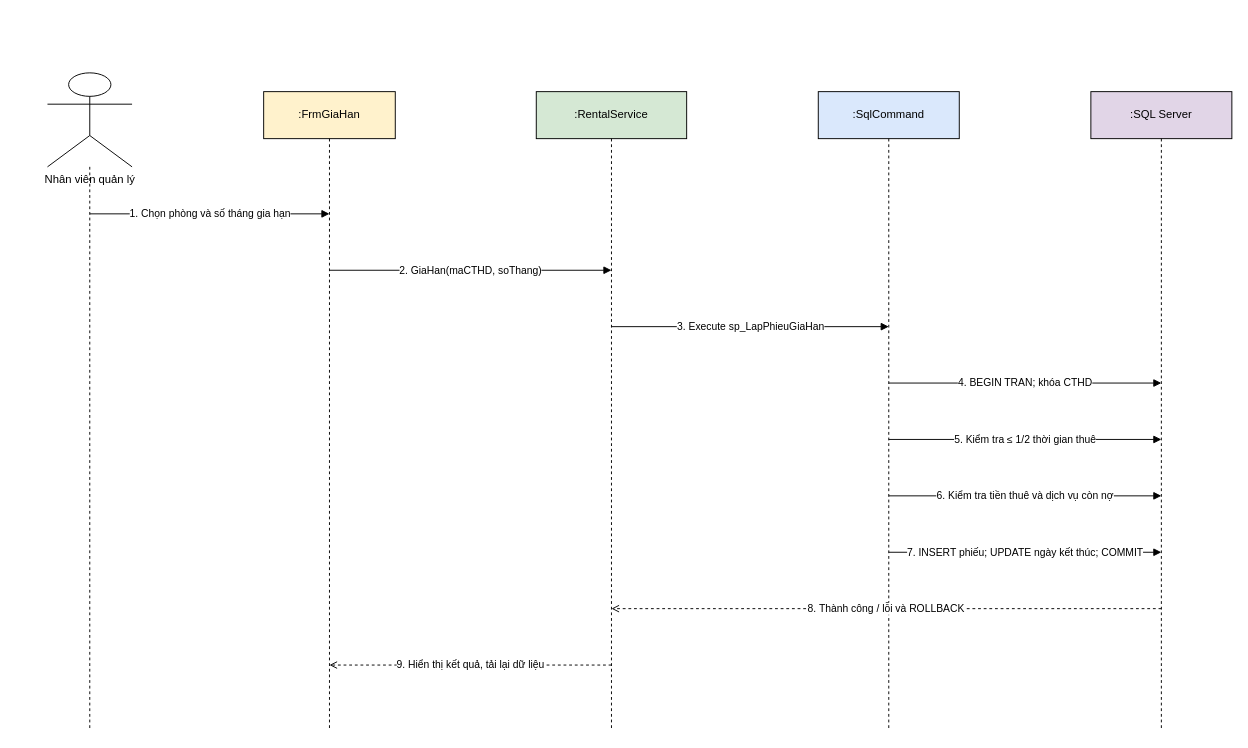
This is page "5 Sequence Gia Hạn" (5 of 5) of LAB_AT_OOSD/LAB08/ThietKe/PhamMinhGiang-12DHCNPM1-ThietKe.drawio from 1250080044-PhamMinhGiang-12DHCNPM1/OOP-Lab, a draw.io file, before an edit. Source tidied: cells renumbered, new cells numbered last; positions are measured from the earlier drawing's top-left corner, leaving out a move shared by most shapes. Both pictures are drawn from the tidied source at 94%, with x=0, y=0 at pixel (47, 72).
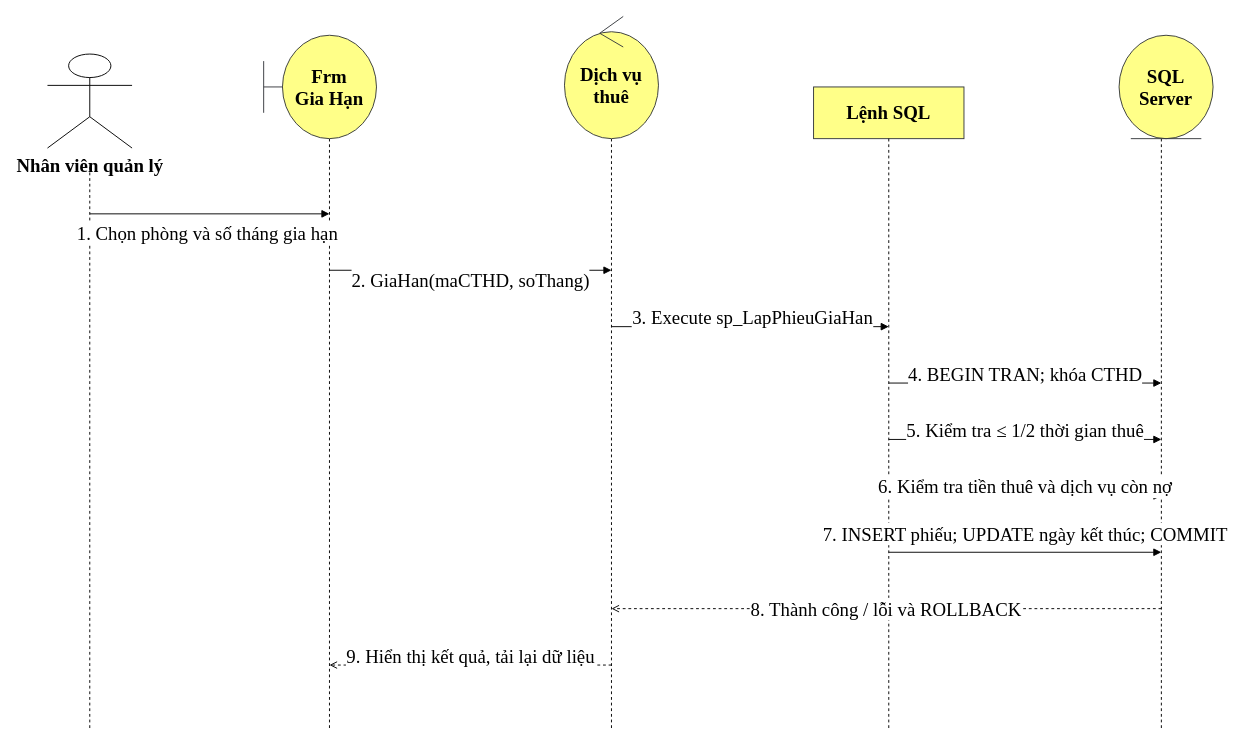
Above is the later version.

The edit, as a diff of the source:
```diff
@@
-    <mxCell id="2" value="Nhân viên quản lý" style="shape=umlActor;verticalLabelPosition=bottom;verticalAlign=top;html=1;" parent="1" vertex="1">
-      <mxGeometry width="90" height="100" as="geometry" />
+    <mxCell id="2" value="&lt;b&gt;&lt;font style=&quot;font-size: 20px;&quot;&gt;Nhân viên quản lý&lt;/font&gt;&lt;/b&gt;" style="shape=umlActor;verticalLabelPosition=bottom;verticalAlign=top;html=1;fontFamily=Times New Roman;fontSize=17;" parent="1" vertex="1">
+      <mxGeometry y="-20" width="90" height="100" as="geometry" />
     </mxCell>
-    <mxCell id="3" value=":FrmGiaHan" style="rounded=0;whiteSpace=wrap;html=1;fillColor=#fff2cc;" parent="1" vertex="1">
-      <mxGeometry x="230" y="20" width="140" height="50" as="geometry" />
-    </mxCell>
-    <mxCell id="4" value=":RentalService" style="rounded=0;whiteSpace=wrap;html=1;fillColor=#d5e8d4;" parent="1" vertex="1">
-      <mxGeometry x="520" y="20" width="160" height="50" as="geometry" />
-    </mxCell>
-    <mxCell id="5" value=":SqlCommand" style="rounded=0;whiteSpace=wrap;html=1;fillColor=#dae8fc;" parent="1" vertex="1">
-      <mxGeometry x="820" y="20" width="150" height="50" as="geometry" />
+    <mxCell id="5" value="&lt;font style=&quot;font-size: 20px;&quot;&gt;&lt;b&gt;Lệnh SQL&lt;/b&gt;&lt;/font&gt;" style="rounded=0;whiteSpace=wrap;html=1;fillColor=#ffff88;fontFamily=Times New Roman;fontSize=17;strokeColor=#36393d;" parent="1" vertex="1">
+      <mxGeometry x="815" y="15" width="160" height="55" as="geometry" />
     </mxCell>
-    <mxCell id="6" value=":SQL Server" style="rounded=0;whiteSpace=wrap;html=1;fillColor=#e1d5e7;" parent="1" vertex="1">
-      <mxGeometry x="1110" y="20" width="150" height="50" as="geometry" />
-    </mxCell>
-    <mxCell id="7" style="endArrow=none;dashed=1;" parent="1" edge="1">
+    <mxCell id="7" style="endArrow=none;dashed=1;fontFamily=Times New Roman;fontSize=17;" parent="1" edge="1">
       <mxGeometry relative="1" as="geometry">
         <mxPoint x="45" y="100" as="sourcePoint" />
         <mxPoint x="45" y="700" as="targetPoint" />
       </mxGeometry>
     </mxCell>
-    <mxCell id="8" style="endArrow=none;dashed=1;" parent="1" edge="1">
+    <mxCell id="8" style="endArrow=none;dashed=1;fontFamily=Times New Roman;fontSize=17;" parent="1" edge="1">
       <mxGeometry relative="1" as="geometry">
         <mxPoint x="300" y="70" as="sourcePoint" />
         <mxPoint x="300" y="700" as="targetPoint" />
       </mxGeometry>
     </mxCell>
-    <mxCell id="9" style="endArrow=none;dashed=1;" parent="1" edge="1">
+    <mxCell id="9" style="endArrow=none;dashed=1;fontFamily=Times New Roman;fontSize=17;" parent="1" edge="1">
       <mxGeometry relative="1" as="geometry">
         <mxPoint x="600" y="70" as="sourcePoint" />
         <mxPoint x="600" y="700" as="targetPoint" />
       </mxGeometry>
     </mxCell>
-    <mxCell id="10" style="endArrow=none;dashed=1;" parent="1" edge="1">
+    <mxCell id="10" style="endArrow=none;dashed=1;fontFamily=Times New Roman;fontSize=17;" parent="1" edge="1">
       <mxGeometry relative="1" as="geometry">
         <mxPoint x="895" y="70" as="sourcePoint" />
         <mxPoint x="895" y="700" as="targetPoint" />
       </mxGeometry>
     </mxCell>
-    <mxCell id="11" style="endArrow=none;dashed=1;" parent="1" edge="1">
+    <mxCell id="11" style="endArrow=none;dashed=1;fontFamily=Times New Roman;fontSize=17;" parent="1" edge="1">
       <mxGeometry relative="1" as="geometry">
         <mxPoint x="1185" y="70" as="sourcePoint" />
         <mxPoint x="1185" y="700" as="targetPoint" />
       </mxGeometry>
     </mxCell>
-    <mxCell id="12" value="1. Chọn phòng và số tháng gia hạn" style="endArrow=block;html=1;" parent="1" edge="1">
-      <mxGeometry relative="1" as="geometry">
+    <mxCell id="12" value="1. Chọn phòng và số tháng gia hạn" style="endArrow=block;html=1;fontFamily=Times New Roman;fontSize=20;" parent="1" edge="1">
+      <mxGeometry x="-0.02" y="-20" relative="1" as="geometry">
         <mxPoint x="45" y="150" as="sourcePoint" />
         <mxPoint x="300" y="150" as="targetPoint" />
       </mxGeometry>
     </mxCell>
-    <mxCell id="13" value="2. GiaHan(maCTHD, soThang)" style="endArrow=block;html=1;" parent="1" edge="1">
-      <mxGeometry relative="1" as="geometry">
+    <mxCell id="13" value="2. GiaHan(maCTHD, soThang)" style="endArrow=block;html=1;fontFamily=Times New Roman;fontSize=20;" parent="1" edge="1">
+      <mxGeometry y="-10" relative="1" as="geometry">
         <mxPoint x="300" y="210" as="sourcePoint" />
         <mxPoint x="600" y="210" as="targetPoint" />
       </mxGeometry>
     </mxCell>
-    <mxCell id="14" value="3. Execute sp_LapPhieuGiaHan" style="endArrow=block;html=1;" parent="1" edge="1">
-      <mxGeometry relative="1" as="geometry">
+    <mxCell id="14" value="3. Execute sp_LapPhieuGiaHan" style="endArrow=block;html=1;fontFamily=Times New Roman;fontSize=20;" parent="1" edge="1">
+      <mxGeometry x="0.02" y="10" relative="1" as="geometry">
         <mxPoint x="600" y="270" as="sourcePoint" />
         <mxPoint x="895" y="270" as="targetPoint" />
       </mxGeometry>
     </mxCell>
-    <mxCell id="15" value="4. BEGIN TRAN; khóa CTHD" style="endArrow=block;html=1;" parent="1" edge="1">
-      <mxGeometry relative="1" as="geometry">
+    <mxCell id="15" value="4. BEGIN TRAN; khóa CTHD" style="endArrow=block;html=1;fontFamily=Times New Roman;fontSize=20;" parent="1" edge="1">
+      <mxGeometry y="10" relative="1" as="geometry">
         <mxPoint x="895" y="330" as="sourcePoint" />
         <mxPoint x="1185" y="330" as="targetPoint" />
       </mxGeometry>
     </mxCell>
-    <mxCell id="16" value="5. Kiểm tra ≤ 1/2 thời gian thuê" style="endArrow=block;html=1;" parent="1" edge="1">
-      <mxGeometry relative="1" as="geometry">
+    <mxCell id="16" value="5. Kiểm tra ≤ 1/2 thời gian thuê" style="endArrow=block;html=1;fontFamily=Times New Roman;fontSize=20;" parent="1" edge="1">
+      <mxGeometry y="10" relative="1" as="geometry">
         <mxPoint x="895" y="390" as="sourcePoint" />
         <mxPoint x="1185" y="390" as="targetPoint" />
       </mxGeometry>
     </mxCell>
-    <mxCell id="17" value="6. Kiểm tra tiền thuê và dịch vụ còn nợ" style="endArrow=block;html=1;" parent="1" edge="1">
-      <mxGeometry relative="1" as="geometry">
+    <mxCell id="17" value="6. Kiểm tra tiền thuê và dịch vụ còn nợ" style="endArrow=block;html=1;fontFamily=Times New Roman;fontSize=20;" parent="1" edge="1">
+      <mxGeometry y="10" relative="1" as="geometry">
         <mxPoint x="895" y="450" as="sourcePoint" />
         <mxPoint x="1185" y="450" as="targetPoint" />
       </mxGeometry>
     </mxCell>
-    <mxCell id="18" value="7. INSERT phiếu; UPDATE ngày kết thúc; COMMIT" style="endArrow=block;html=1;" parent="1" edge="1">
-      <mxGeometry relative="1" as="geometry">
+    <mxCell id="18" value="7. INSERT phiếu; UPDATE ngày kết thúc; COMMIT" style="endArrow=block;html=1;fontFamily=Times New Roman;fontSize=20;" parent="1" edge="1">
+      <mxGeometry y="20" relative="1" as="geometry">
         <mxPoint x="895" y="510" as="sourcePoint" />
         <mxPoint x="1185" y="510" as="targetPoint" />
       </mxGeometry>
     </mxCell>
-    <mxCell id="19" value="8. Thành công / lỗi và ROLLBACK" style="endArrow=open;dashed=1;html=1;" parent="1" edge="1">
+    <mxCell id="19" value="8. Thành công / lỗi và ROLLBACK" style="endArrow=open;dashed=1;html=1;fontFamily=Times New Roman;fontSize=20;" parent="1" edge="1">
       <mxGeometry relative="1" as="geometry">
         <mxPoint x="1185" y="570" as="sourcePoint" />
         <mxPoint x="600" y="570" as="targetPoint" />
       </mxGeometry>
     </mxCell>
-    <mxCell id="20" value="9. Hiển thị kết quả, tải lại dữ liệu" style="endArrow=open;dashed=1;html=1;" parent="1" edge="1">
-      <mxGeometry relative="1" as="geometry">
+    <mxCell id="20" value="9. Hiển thị kết quả, tải lại dữ liệu" style="endArrow=open;dashed=1;html=1;fontFamily=Times New Roman;fontSize=20;" parent="1" edge="1">
+      <mxGeometry y="-10" relative="1" as="geometry">
         <mxPoint x="600" y="630" as="sourcePoint" />
         <mxPoint x="300" y="630" as="targetPoint" />
       </mxGeometry>
     </mxCell>
+    <mxCell id="21" value="&lt;font face=&quot;Times New Roman&quot; style=&quot;font-size: 20px;&quot;&gt;&lt;b&gt;Frm&lt;/b&gt;&lt;/font&gt;&lt;div&gt;&lt;font face=&quot;Times New Roman&quot; style=&quot;font-size: 20px;&quot;&gt;&lt;b&gt;Gia Hạn&lt;/b&gt;&lt;/font&gt;&lt;/div&gt;" style="shape=umlBoundary;whiteSpace=wrap;html=1;fillColor=#ffff88;strokeColor=#36393d;" parent="1" vertex="1">
+      <mxGeometry x="230" y="-40" width="120" height="110" as="geometry" />
+    </mxCell>
+    <mxCell id="22" value="&lt;font style=&quot;font-size: 20px;&quot; face=&quot;Times New Roman&quot;&gt;&lt;b&gt;Dịch vụ&lt;br&gt;thuê&lt;/b&gt;&lt;/font&gt;" style="ellipse;shape=umlControl;whiteSpace=wrap;html=1;fillColor=#ffff88;strokeColor=#36393d;" parent="1" vertex="1">
+      <mxGeometry x="550" y="-60" width="100" height="130" as="geometry" />
+    </mxCell>
+    <mxCell id="23" value="&lt;font face=&quot;Times New Roman&quot; style=&quot;font-size: 20px;&quot;&gt;&lt;b style=&quot;&quot;&gt;SQL&lt;br&gt;Server&lt;/b&gt;&lt;/font&gt;" style="ellipse;shape=umlEntity;whiteSpace=wrap;html=1;fillColor=#ffff88;strokeColor=#36393d;" parent="1" vertex="1">
+      <mxGeometry x="1140" y="-40" width="100" height="110" as="geometry" />
+    </mxCell>
```
